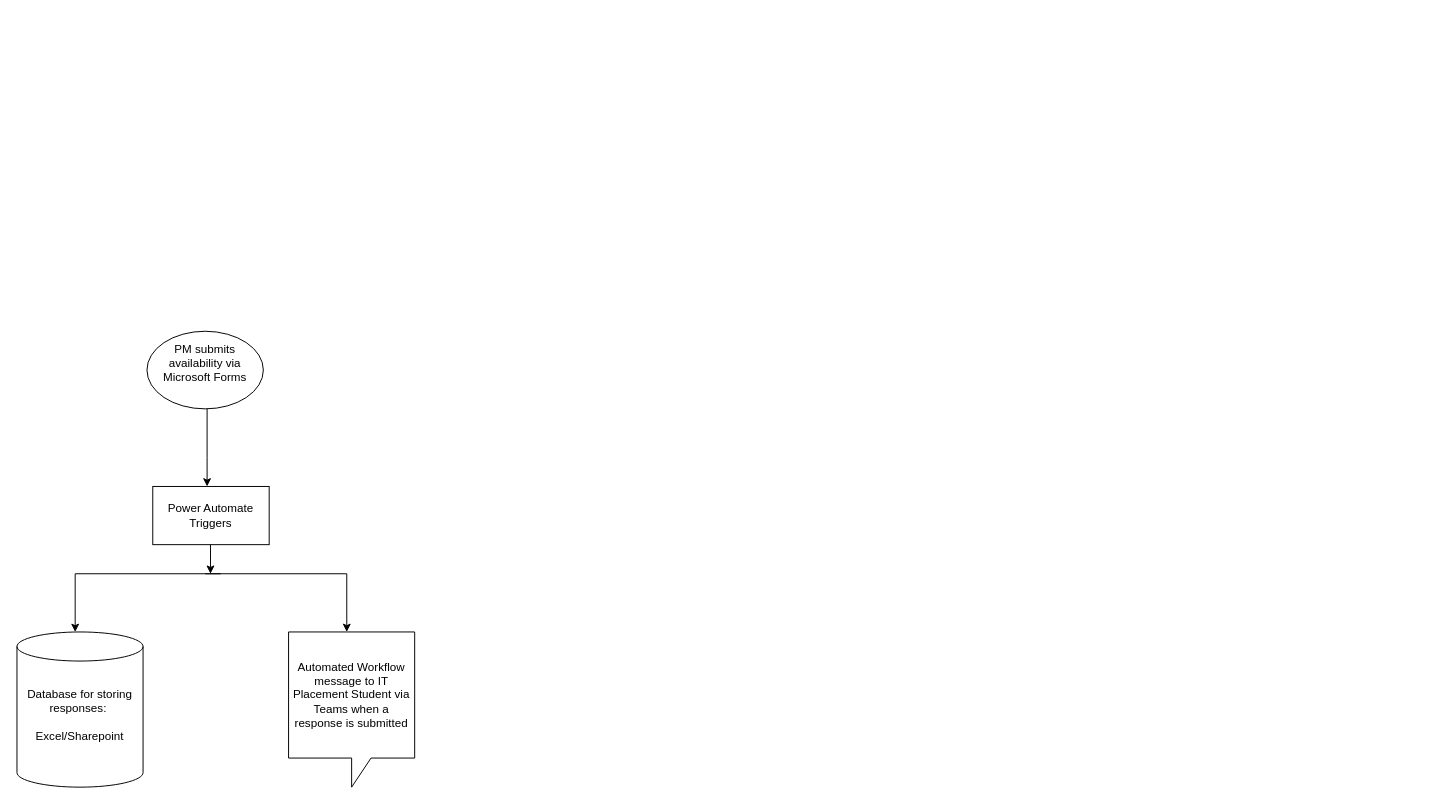
This is PM Rota.drawio from sidfred008/IT-Projects, a draw.io file, before an edit. Source tidied: cells renumbered, new cells numbered last; positions are measured from the earlier drawing's top-left corner, leaving out a move shared by most shapes. Both pictures are drawn from the tidied source at 97%, with x=0, y=0 at pixel (16, 331).
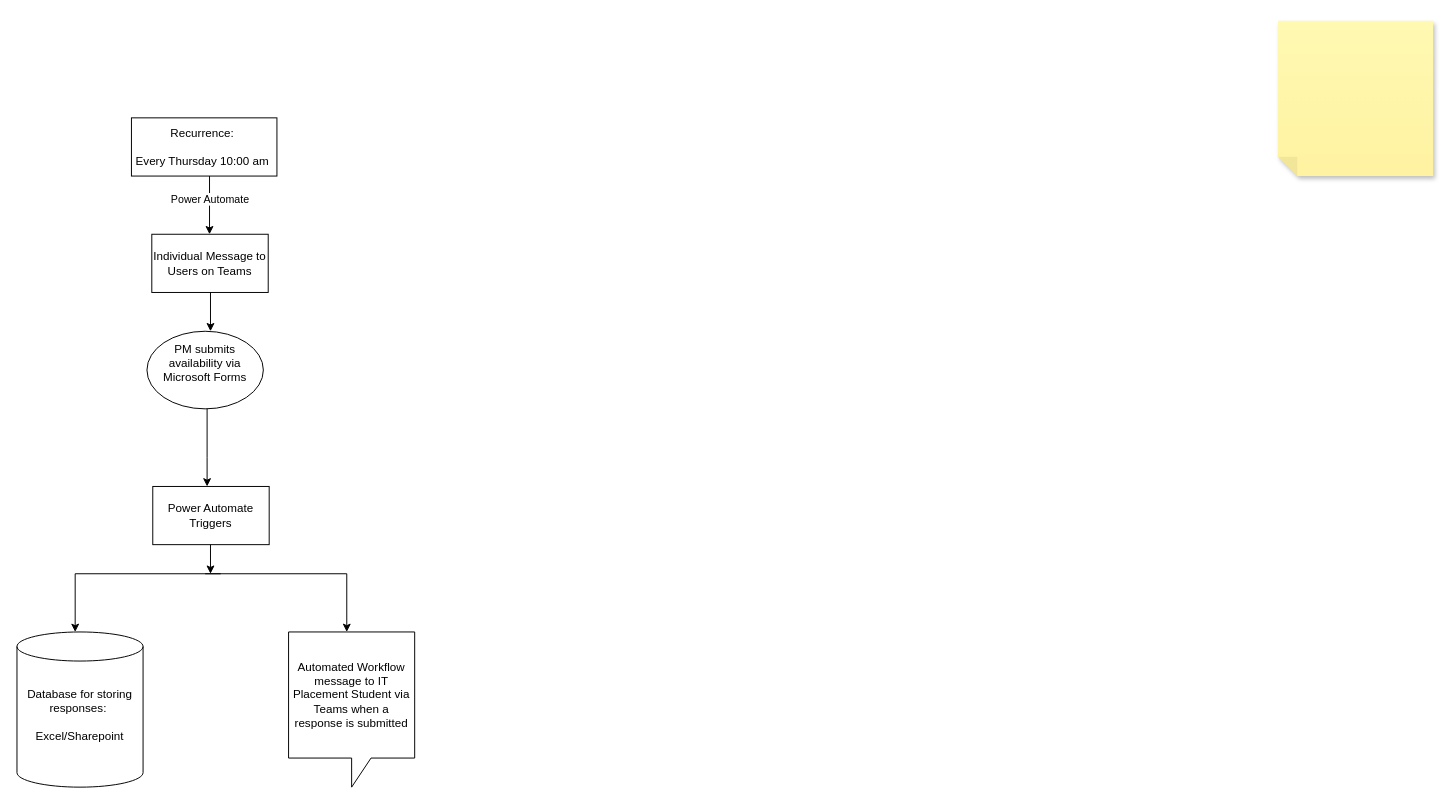
The same diagram, later.

The edit, as a diff of the source:
```diff
@@
+    <mxCell id="12" value="Recurrence:&amp;nbsp;&lt;br&gt;&lt;br&gt;Every Thursday 10:00 am&amp;nbsp;" style="rounded=0;whiteSpace=wrap;html=1;" parent="1" vertex="1">
+      <mxGeometry x="118" y="-220" width="150" height="60" as="geometry" />
+    </mxCell>
+    <mxCell id="13" style="endArrow=classic;html=1;rounded=0;" parent="1" edge="1">
+      <mxGeometry relative="1" as="geometry">
+        <mxPoint x="198.5" y="-160" as="sourcePoint" />
+        <mxPoint x="198.5" y="-100" as="targetPoint" />
+      </mxGeometry>
+    </mxCell>
+    <mxCell id="14" value="Power Automate" style="edgeLabel;html=1;align=center;verticalAlign=middle;" parent="13" vertex="1">
+      <mxGeometry x="-0.23" relative="1" as="geometry" />
+    </mxCell>
+    <mxCell id="15" value="Individual Message to Users on Teams" style="rounded=0;whiteSpace=wrap;html=1;" parent="1" vertex="1">
+      <mxGeometry x="139" y="-100" width="120" height="60" as="geometry" />
+    </mxCell>
+    <mxCell id="16" style="endArrow=classic;html=1;rounded=0;" parent="1" edge="1">
+      <mxGeometry relative="1" as="geometry">
+        <mxPoint x="199.5" y="-40" as="sourcePoint" />
+        <mxPoint x="199.5" as="targetPoint" />
+      </mxGeometry>
+    </mxCell>
+    <mxCell id="17" style="shape=note;whiteSpace=wrap;html=1;backgroundOutline=1;fontColor=#000000;darkOpacity=0.05;fillColor=#FFF9B2;strokeColor=none;fillStyle=solid;direction=west;gradientDirection=north;gradientColor=#FFF2A1;shadow=1;size=20;autosizeText=1;" parent="1" vertex="1">
+      <mxGeometry x="1300" y="-320" width="160" height="160" as="geometry" />
+    </mxCell>
```
